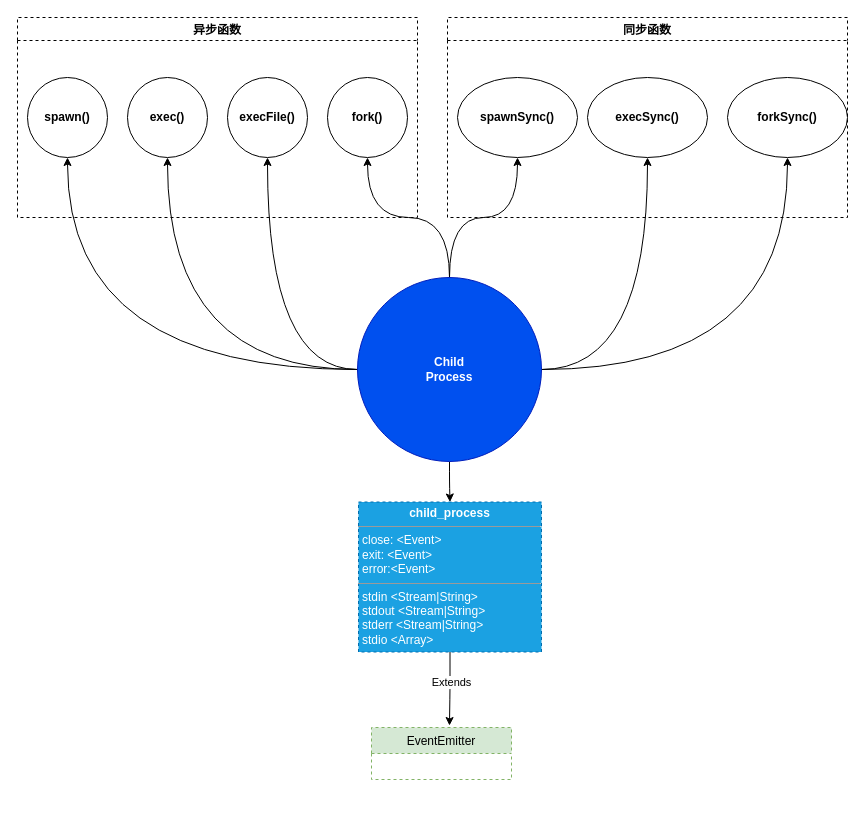
Above: page "releation" (1 of 3) of node-demo.drawio in javin9/node-demo (draw.io), before the change. Source tidied: cells renumbered, new cells numbered last; positions are measured from the earlier drawing's top-left corner, leaving out a move shared by most shapes. Both pictures are drawn from the tidied source at 100%, with x=0, y=0 at pixel (17, 17).
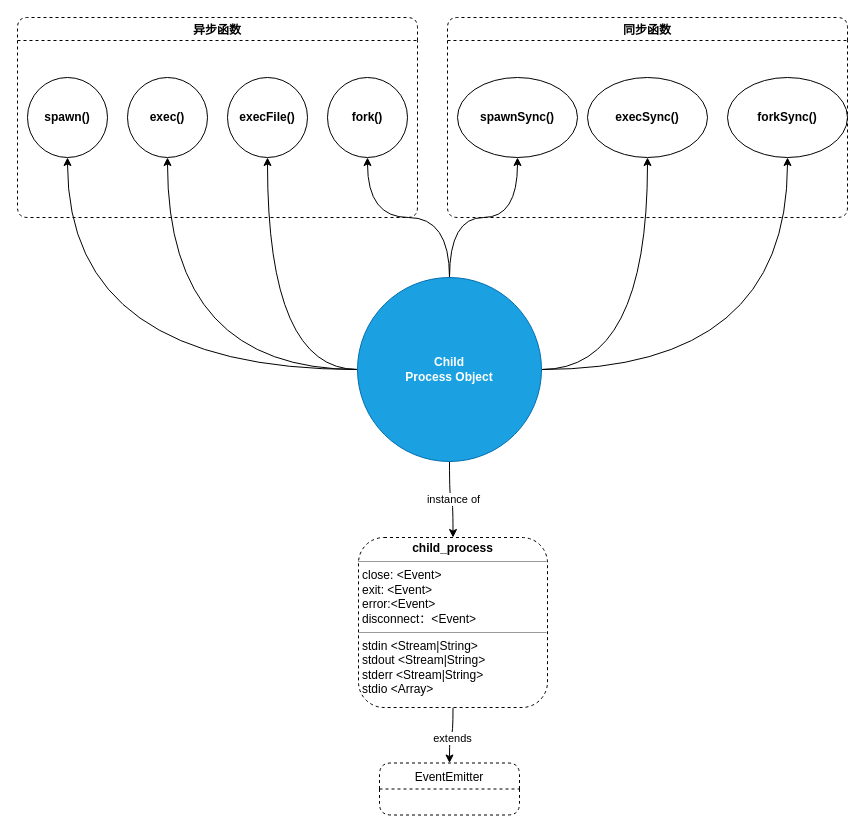
The same diagram, later.

Diff of the diagram source:
```diff
@@
-    <mxCell id="2" style="edgeStyle=orthogonalEdgeStyle;rounded=0;jumpStyle=arc;jettySize=auto;html=1;entryX=0.5;entryY=1;entryDx=0;entryDy=0;curved=1;" parent="1" edge="1" source="10" target="15">
+    <mxCell id="2" style="edgeStyle=orthogonalEdgeStyle;jumpStyle=arc;jettySize=auto;html=1;entryX=0.5;entryY=1;entryDx=0;entryDy=0;curved=1;" parent="1" edge="1" source="10" target="15">
       <mxGeometry relative="1" as="geometry" />
     </mxCell>
-    <mxCell id="3" style="edgeStyle=orthogonalEdgeStyle;curved=1;rounded=0;jumpStyle=arc;jettySize=auto;html=1;" parent="1" edge="1" source="10" target="16">
+    <mxCell id="3" style="edgeStyle=orthogonalEdgeStyle;jumpStyle=arc;jettySize=auto;html=1;curved=1;" parent="1" edge="1" source="10" target="16">
       <mxGeometry relative="1" as="geometry" />
     </mxCell>
-    <mxCell id="4" style="edgeStyle=orthogonalEdgeStyle;curved=1;rounded=0;jumpStyle=arc;jettySize=auto;html=1;" parent="1" edge="1" source="10" target="17">
+    <mxCell id="4" style="edgeStyle=orthogonalEdgeStyle;jumpStyle=arc;jettySize=auto;html=1;curved=1;" parent="1" edge="1" source="10" target="17">
       <mxGeometry relative="1" as="geometry" />
     </mxCell>
-    <mxCell id="5" style="edgeStyle=orthogonalEdgeStyle;curved=1;rounded=0;jumpStyle=arc;jettySize=auto;html=1;entryX=0.5;entryY=1;entryDx=0;entryDy=0;" parent="1" edge="1" source="10" target="12">
+    <mxCell id="5" style="edgeStyle=orthogonalEdgeStyle;jumpStyle=arc;jettySize=auto;html=1;entryX=0.5;entryY=1;entryDx=0;entryDy=0;curved=1;" parent="1" edge="1" source="10" target="12">
       <mxGeometry relative="1" as="geometry" />
     </mxCell>
-    <mxCell id="6" style="edgeStyle=orthogonalEdgeStyle;curved=1;rounded=0;jumpStyle=arc;jettySize=auto;html=1;" parent="1" edge="1" source="10" target="13">
+    <mxCell id="6" style="edgeStyle=orthogonalEdgeStyle;jumpStyle=arc;jettySize=auto;html=1;curved=1;" parent="1" edge="1" source="10" target="13">
       <mxGeometry relative="1" as="geometry" />
     </mxCell>
-    <mxCell id="7" style="edgeStyle=orthogonalEdgeStyle;curved=1;rounded=0;jumpStyle=arc;jettySize=auto;html=1;" parent="1" edge="1" source="10" target="14">
+    <mxCell id="7" style="edgeStyle=orthogonalEdgeStyle;jumpStyle=arc;jettySize=auto;html=1;curved=1;" parent="1" edge="1" source="10" target="14">
       <mxGeometry relative="1" as="geometry" />
     </mxCell>
-    <mxCell id="8" style="edgeStyle=orthogonalEdgeStyle;curved=1;rounded=0;jumpStyle=arc;jettySize=auto;html=1;" parent="1" edge="1" source="10" target="11">
+    <mxCell id="8" style="edgeStyle=orthogonalEdgeStyle;jumpStyle=arc;jettySize=auto;html=1;curved=1;" parent="1" edge="1" source="10" target="11">
       <mxGeometry relative="1" as="geometry" />
     </mxCell>
-    <mxCell id="9" style="edgeStyle=orthogonalEdgeStyle;curved=0;rounded=1;sketch=0;jettySize=auto;html=1;entryX=0.5;entryY=0;entryDx=0;entryDy=0;" parent="1" edge="1" source="10" target="22">
+    <mxCell id="9" style="edgeStyle=orthogonalEdgeStyle;jettySize=auto;html=1;entryX=0.5;entryY=0;entryDx=0;entryDy=0;curved=1;" parent="1" edge="1" source="10" target="22">
       <mxGeometry relative="1" as="geometry" />
     </mxCell>
+    <mxCell id="24" value="instance of" style="edgeLabel;html=1;align=center;verticalAlign=middle;rounded=1;" parent="9" vertex="1">
+      <mxGeometry x="-0.06" y="3" relative="1" as="geometry" />
+    </mxCell>
-    <mxCell id="10" value="&lt;b&gt;Child&lt;br&gt;Process&lt;/b&gt;" style="ellipse;whiteSpace=wrap;html=1;fillColor=#0050ef;strokeColor=#001DBC;fontColor=#ffffff;" parent="1" vertex="1">
+    <mxCell id="10" value="&lt;b&gt;Child&lt;br&gt;Process Object&lt;br&gt;&lt;/b&gt;" style="ellipse;whiteSpace=wrap;html=1;rounded=1;fillColor=#1ba1e2;strokeColor=#006EAF;fontColor=#ffffff;" parent="1" vertex="1">
       <mxGeometry x="340" y="260" width="184" height="184" as="geometry" />
     </mxCell>
-    <mxCell id="11" value="&lt;b&gt;&lt;font color=&quot;#000000&quot;&gt;spawn()&lt;/font&gt;&lt;/b&gt;" style="ellipse;whiteSpace=wrap;html=1;" parent="1" vertex="1">
+    <mxCell id="11" value="&lt;b&gt;&lt;font color=&quot;#000000&quot;&gt;spawn()&lt;/font&gt;&lt;/b&gt;" style="ellipse;whiteSpace=wrap;html=1;rounded=1;" parent="1" vertex="1">
       <mxGeometry x="10" y="60" width="80" height="80" as="geometry" />
     </mxCell>
-    <mxCell id="12" value="&lt;b&gt;fork()&lt;/b&gt;" style="ellipse;whiteSpace=wrap;html=1;" parent="1" vertex="1">
+    <mxCell id="12" value="&lt;b&gt;fork()&lt;/b&gt;" style="ellipse;whiteSpace=wrap;html=1;rounded=1;" parent="1" vertex="1">
       <mxGeometry x="310" y="60" width="80" height="80" as="geometry" />
     </mxCell>
-    <mxCell id="13" value="&lt;b&gt;execFile()&lt;/b&gt;" style="ellipse;whiteSpace=wrap;html=1;" parent="1" vertex="1">
+    <mxCell id="13" value="&lt;b&gt;execFile()&lt;/b&gt;" style="ellipse;whiteSpace=wrap;html=1;rounded=1;" parent="1" vertex="1">
       <mxGeometry x="210" y="60" width="80" height="80" as="geometry" />
     </mxCell>
-    <mxCell id="14" value="&lt;b&gt;exec()&lt;/b&gt;" style="ellipse;whiteSpace=wrap;html=1;" parent="1" vertex="1">
+    <mxCell id="14" value="&lt;b&gt;exec()&lt;/b&gt;" style="ellipse;whiteSpace=wrap;html=1;rounded=1;" parent="1" vertex="1">
       <mxGeometry x="110" y="60" width="80" height="80" as="geometry" />
     </mxCell>
-    <mxCell id="15" value="&lt;b&gt;spawnSync()&lt;/b&gt;" style="ellipse;whiteSpace=wrap;html=1;" parent="1" vertex="1">
+    <mxCell id="15" value="&lt;b&gt;spawnSync()&lt;/b&gt;" style="ellipse;whiteSpace=wrap;html=1;rounded=1;" parent="1" vertex="1">
       <mxGeometry x="440" y="60" width="120" height="80" as="geometry" />
     </mxCell>
-    <mxCell id="16" value="&lt;b&gt;execSync()&lt;/b&gt;" style="ellipse;whiteSpace=wrap;html=1;" parent="1" vertex="1">
+    <mxCell id="16" value="&lt;b&gt;execSync()&lt;/b&gt;" style="ellipse;whiteSpace=wrap;html=1;rounded=1;" parent="1" vertex="1">
       <mxGeometry x="570" y="60" width="120" height="80" as="geometry" />
     </mxCell>
-    <mxCell id="17" value="&lt;b&gt;forkSync()&lt;/b&gt;" style="ellipse;whiteSpace=wrap;html=1;" parent="1" vertex="1">
+    <mxCell id="17" value="&lt;b&gt;forkSync()&lt;/b&gt;" style="ellipse;whiteSpace=wrap;html=1;rounded=1;" parent="1" vertex="1">
       <mxGeometry x="710" y="60" width="120" height="80" as="geometry" />
     </mxCell>
-    <mxCell id="18" value="异步函数" style="swimlane;dashed=1;" parent="1" vertex="1">
+    <mxCell id="18" value="异步函数" style="swimlane;dashed=1;rounded=1;" parent="1" vertex="1">
       <mxGeometry width="400" height="200" as="geometry" />
     </mxCell>
-    <mxCell id="19" value="同步函数" style="swimlane;dashed=1;" parent="1" vertex="1">
+    <mxCell id="19" value="同步函数" style="swimlane;dashed=1;rounded=1;" parent="1" vertex="1">
       <mxGeometry x="430" width="400" height="200" as="geometry" />
     </mxCell>
-    <mxCell id="20" style="edgeStyle=orthogonalEdgeStyle;curved=0;rounded=1;sketch=0;jettySize=auto;html=1;entryX=0.557;entryY=-0.038;entryDx=0;entryDy=0;entryPerimeter=0;" parent="1" edge="1" source="22" target="23">
+    <mxCell id="20" style="edgeStyle=orthogonalEdgeStyle;jettySize=auto;html=1;curved=1;" parent="1" edge="1" source="22" target="23">
       <mxGeometry relative="1" as="geometry" />
     </mxCell>
-    <mxCell id="21" value="Extends" style="edgeLabel;html=1;align=center;verticalAlign=middle;" parent="20" vertex="1">
-      <mxGeometry x="-0.18" y="1" relative="1" as="geometry" />
-    </mxCell>
+    <mxCell id="25" value="extends" style="edgeLabel;html=1;align=center;verticalAlign=middle;rounded=1;" parent="20" vertex="1">
+      <mxGeometry x="-0.03" y="3" relative="1" as="geometry" />
+    </mxCell>
-    <mxCell id="22" value="&lt;p style=&quot;margin: 0px ; margin-top: 4px ; text-align: center&quot;&gt;&lt;span style=&quot;font-weight: 700&quot;&gt;child_process&lt;/span&gt;&lt;br&gt;&lt;/p&gt;&lt;hr size=&quot;1&quot;&gt;&lt;p style=&quot;margin: 0px ; margin-left: 4px&quot;&gt;close: &amp;lt;Event&amp;gt;&lt;br&gt;exit: &amp;lt;Event&amp;gt;&lt;/p&gt;&lt;p style=&quot;margin: 0px ; margin-left: 4px&quot;&gt;error:&amp;lt;Event&amp;gt;&lt;/p&gt;&lt;hr size=&quot;1&quot;&gt;&lt;p style=&quot;margin: 0px ; margin-left: 4px&quot;&gt;stdin &amp;lt;Stream|String&amp;gt;&lt;/p&gt;&lt;p style=&quot;margin: 0px ; margin-left: 4px&quot;&gt;stdout &amp;lt;Stream|String&amp;gt;&lt;/p&gt;&lt;p style=&quot;margin: 0px ; margin-left: 4px&quot;&gt;stderr &amp;lt;Stream|String&amp;gt;&lt;/p&gt;&lt;p style=&quot;margin: 0px ; margin-left: 4px&quot;&gt;stdio &amp;lt;Array&amp;gt;&lt;/p&gt;&lt;p style=&quot;margin: 0px ; margin-left: 4px&quot;&gt;&lt;br&gt;&lt;/p&gt;" style="verticalAlign=top;align=left;overflow=fill;fontSize=12;fontFamily=Helvetica;html=1;dashed=1;fillColor=#1ba1e2;strokeColor=#006EAF;fontColor=#ffffff;" parent="1" vertex="1">
-      <mxGeometry x="341" y="484.5" width="183" height="150" as="geometry" />
+    <mxCell id="22" value="&lt;p style=&quot;margin: 0px ; margin-top: 4px ; text-align: center&quot;&gt;&lt;span style=&quot;font-weight: 700&quot;&gt;child_process&lt;/span&gt;&lt;br&gt;&lt;/p&gt;&lt;hr size=&quot;1&quot;&gt;&lt;p style=&quot;margin: 0px ; margin-left: 4px&quot;&gt;close: &amp;lt;Event&amp;gt;&lt;br&gt;exit: &amp;lt;Event&amp;gt;&lt;/p&gt;&lt;p style=&quot;margin: 0px ; margin-left: 4px&quot;&gt;error:&amp;lt;Event&amp;gt;&lt;/p&gt;&lt;p style=&quot;margin: 0px ; margin-left: 4px&quot;&gt;disconnect：&amp;lt;Event&amp;gt;&lt;/p&gt;&lt;hr size=&quot;1&quot;&gt;&lt;p style=&quot;margin: 0px ; margin-left: 4px&quot;&gt;stdin &amp;lt;Stream|String&amp;gt;&lt;/p&gt;&lt;p style=&quot;margin: 0px ; margin-left: 4px&quot;&gt;stdout &amp;lt;Stream|String&amp;gt;&lt;/p&gt;&lt;p style=&quot;margin: 0px ; margin-left: 4px&quot;&gt;stderr &amp;lt;Stream|String&amp;gt;&lt;/p&gt;&lt;p style=&quot;margin: 0px ; margin-left: 4px&quot;&gt;stdio &amp;lt;Array&amp;gt;&lt;/p&gt;&lt;p style=&quot;margin: 0px ; margin-left: 4px&quot;&gt;&lt;br&gt;&lt;/p&gt;" style="verticalAlign=top;align=left;overflow=fill;fontSize=12;fontFamily=Helvetica;html=1;dashed=1;rounded=1;" parent="1" vertex="1">
+      <mxGeometry x="341" y="520" width="189" height="170" as="geometry" />
     </mxCell>
-    <mxCell id="23" value="EventEmitter" style="swimlane;fontStyle=0;horizontal=1;startSize=26;fillColor=#d5e8d4;dashed=1;strokeColor=#82b366;" parent="1" vertex="1">
-      <mxGeometry x="354" y="710" width="140" height="52" as="geometry" />
+    <mxCell id="23" value="EventEmitter" style="swimlane;fontStyle=0;horizontal=1;startSize=26;dashed=1;rounded=1;" parent="1" vertex="1">
+      <mxGeometry x="362" y="745.5" width="140" height="52" as="geometry" />
     </mxCell>
```
